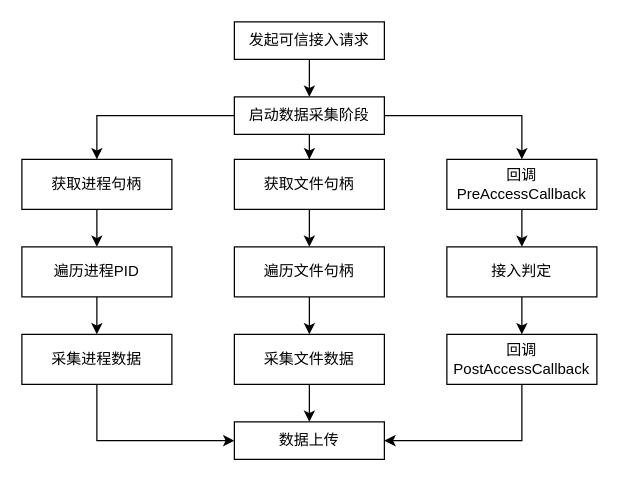
Moose1273/- keeps this draw.io diagram as testDirectory/获取进程操作流程图.drawio. Above is the earlier version. Source tidied: cells renumbered, new cells numbered last; positions are measured from the earlier drawing's top-left corner, leaving out a move shared by most shapes. Both pictures are drawn from the tidied source at 125%, with x=0, y=0 at pixel (21, 21).
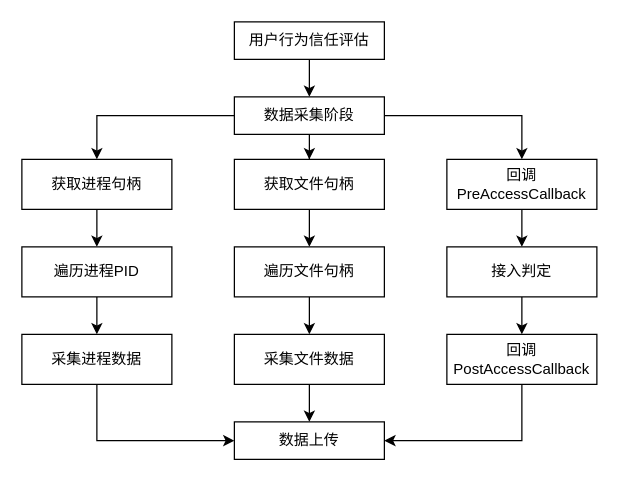
After the change.

Commit message:
更新获取进程操作流程图.drawio

Diff of the diagram source:
```diff
@@
-    <mxCell id="9" value="发起可信接入请求" style="rounded=0;whiteSpace=wrap;html=1;" parent="1" vertex="1">
+    <mxCell id="9" value="用户行为信任评估" style="rounded=0;whiteSpace=wrap;html=1;" parent="1" vertex="1">
       <mxGeometry x="170" width="120" height="30" as="geometry" />
     </mxCell>
@@
-    <mxCell id="13" value="启动数据采集阶段" style="rounded=0;whiteSpace=wrap;html=1;" parent="1" vertex="1">
+    <mxCell id="13" value="数据采集阶段" style="rounded=0;whiteSpace=wrap;html=1;" parent="1" vertex="1">
       <mxGeometry x="170" y="60" width="120" height="30" as="geometry" />
     </mxCell>
```
